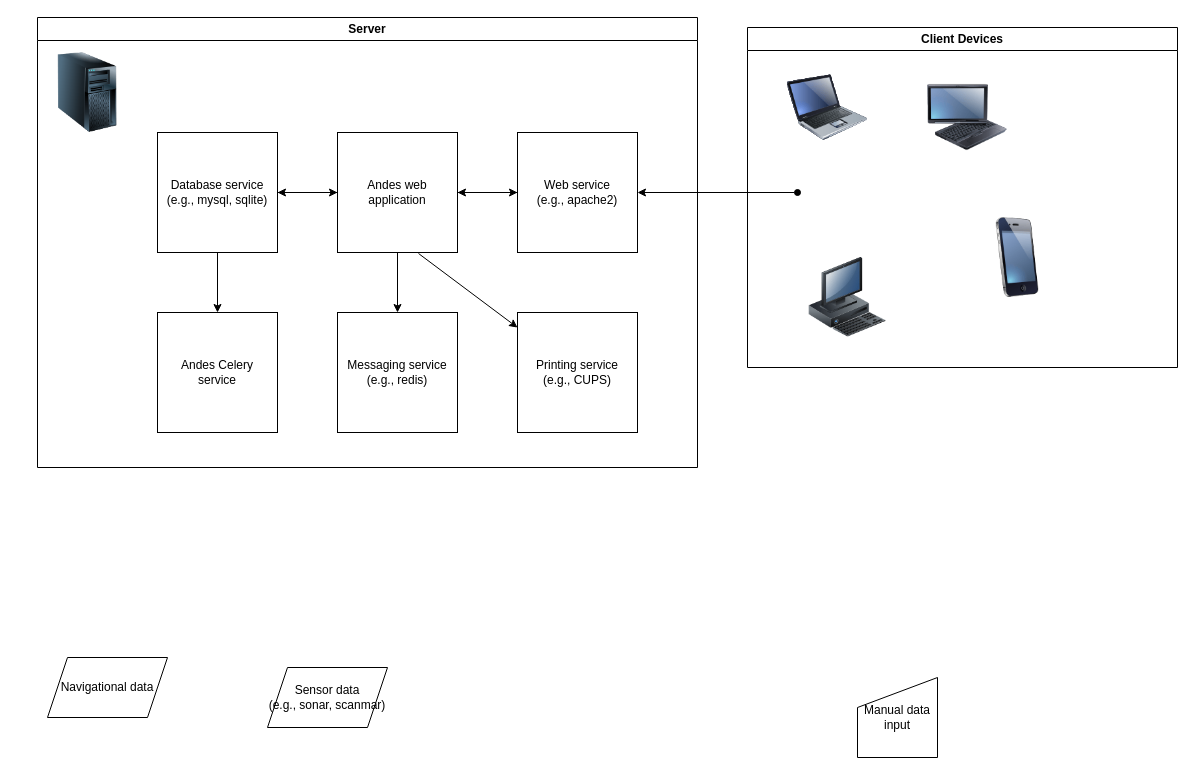
Earlier version of the draw.io diagram ANDES-TechReport-EN/figures/src/erd_architecture.drawio (dfo-gulf-science/ANDES-description-report-2023). Source tidied: cells renumbered, new cells numbered last; positions are measured from the earlier drawing's top-left corner, leaving out a move shared by most shapes. Both pictures are drawn from the tidied source at 100%, with x=0, y=0 at pixel (37, 17).
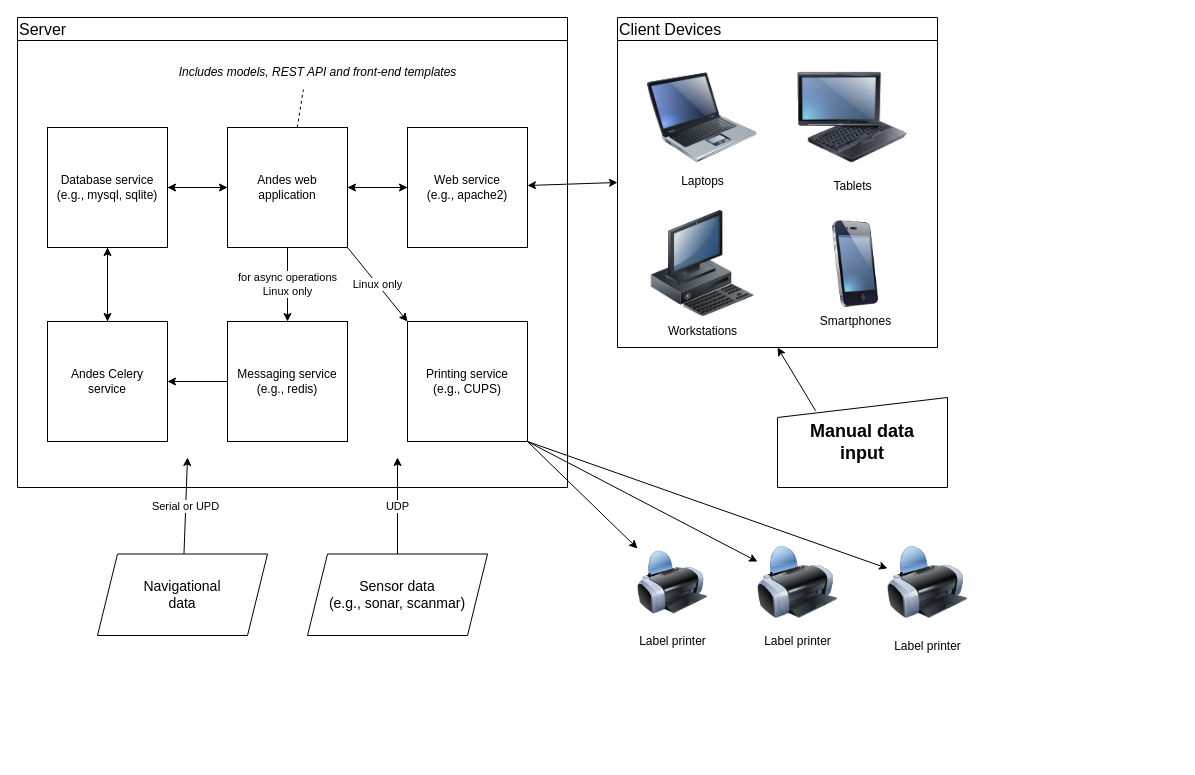
The same page after the edit.

What changed in the source:
```diff
@@
-    <mxCell id="2" value="Server" style="swimlane;whiteSpace=wrap;html=1;" parent="1" vertex="1">
-      <mxGeometry width="660" height="450" as="geometry" />
+    <mxCell id="2" value="Server" style="swimlane;whiteSpace=wrap;html=1;align=left;fontSize=16;fontStyle=0;" parent="1" vertex="1">
+      <mxGeometry x="-20" width="550" height="470" as="geometry" />
     </mxCell>
@@
     <mxCell id="5" value="Database service&lt;br&gt;(e.g., mysql, sqlite)" style="whiteSpace=wrap;html=1;" parent="2" vertex="1">
-      <mxGeometry x="120" y="115" width="120" height="120" as="geometry" />
+      <mxGeometry x="30" y="110" width="120" height="120" as="geometry" />
     </mxCell>
-    <mxCell id="6" style="rounded=0;jettySize=auto;html=1;" parent="2" edge="1" source="9" target="14">
+    <mxCell id="6" value="for async operations&lt;br&gt;Linux only" style="rounded=0;jettySize=auto;html=1;" parent="2" edge="1" source="9" target="14">
       <mxGeometry relative="1" as="geometry" />
     </mxCell>
@@
+    <mxCell id="29" style="rounded=0;jettySize=auto;html=1;dashed=1;endArrow=none;endFill=0;entryX=0.453;entryY=1.067;entryDx=0;entryDy=0;entryPerimeter=0;" parent="2" edge="1" source="9" target="32">
+      <mxGeometry relative="1" as="geometry" />
+    </mxCell>
     <mxCell id="9" value="Andes web application" style="whiteSpace=wrap;html=1;" parent="2" vertex="1">
-      <mxGeometry x="300" y="115" width="120" height="120" as="geometry" />
+      <mxGeometry x="210" y="110" width="120" height="120" as="geometry" />
     </mxCell>
@@
-    <mxCell id="11" style="rounded=0;jettySize=auto;html=1;endArrow=oval;endFill=1;startArrow=classic;startFill=1;" parent="2" edge="1" source="12">
-      <mxGeometry relative="1" as="geometry">
-        <mxPoint x="760" y="175" as="targetPoint" />
-      </mxGeometry>
-    </mxCell>
     <mxCell id="12" value="Web service&lt;br&gt;(e.g., apache2)" style="whiteSpace=wrap;html=1;" parent="2" vertex="1">
-      <mxGeometry x="480" y="115" width="120" height="120" as="geometry" />
+      <mxGeometry x="390" y="110" width="120" height="120" as="geometry" />
     </mxCell>
+    <mxCell id="30" style="edgeStyle=orthogonalEdgeStyle;rounded=0;jettySize=auto;html=1;" parent="2" edge="1" source="13" target="5">
+      <mxGeometry relative="1" as="geometry" />
+    </mxCell>
     <mxCell id="13" value="Andes Celery&lt;br&gt;service" style="whiteSpace=wrap;html=1;" parent="2" vertex="1">
-      <mxGeometry x="120" y="295" width="120" height="120" as="geometry" />
+      <mxGeometry x="30" y="304" width="120" height="120" as="geometry" />
     </mxCell>
+    <mxCell id="31" style="rounded=0;jettySize=auto;html=1;" parent="2" edge="1" source="14" target="13">
+      <mxGeometry relative="1" as="geometry" />
+    </mxCell>
     <mxCell id="14" value="Messaging service&lt;br&gt;(e.g., redis)" style="whiteSpace=wrap;html=1;" parent="2" vertex="1">
-      <mxGeometry x="300" y="295" width="120" height="120" as="geometry" />
+      <mxGeometry x="210" y="304" width="120" height="120" as="geometry" />
     </mxCell>
     <mxCell id="15" value="Printing service&lt;br&gt;(e.g., CUPS)" style="whiteSpace=wrap;html=1;" parent="2" vertex="1">
-      <mxGeometry x="480" y="295" width="120" height="120" as="geometry" />
+      <mxGeometry x="390" y="304" width="120" height="120" as="geometry" />
     </mxCell>
-    <mxCell id="16" style="image;html=1;image=img/lib/clip_art/computers/Server_Tower_128x128.png;" parent="2" vertex="1">
-      <mxGeometry x="10" y="35" width="80" height="80" as="geometry" />
-    </mxCell>
-    <mxCell id="17" style="rounded=0;jettySize=auto;html=1;exitX=0.675;exitY=1.008;exitDx=0;exitDy=0;exitPerimeter=0;" parent="2" edge="1" source="9" target="15">
+    <mxCell id="17" value="Linux only" style="rounded=0;jettySize=auto;html=1;exitX=1;exitY=1;exitDx=0;exitDy=0;entryX=0;entryY=0;entryDx=0;entryDy=0;" parent="2" edge="1" source="9" target="15">
       <mxGeometry relative="1" as="geometry" />
     </mxCell>
+    <mxCell id="32" value="Includes models, REST API and front-end templates" style="text;html=1;align=center;verticalAlign=middle;points=[];strokeColor=none;fillColor=none;fontStyle=2;" parent="2" vertex="1">
+      <mxGeometry x="150" y="40" width="300" height="30" as="geometry" />
+    </mxCell>
+    <mxCell id="33" style="rounded=0;jettySize=auto;html=1;exitX=0.224;exitY=0.147;exitDx=0;exitDy=0;exitPerimeter=0;entryX=0.5;entryY=1;entryDx=0;entryDy=0;" parent="1" edge="1" source="18" target="21">
+      <mxGeometry relative="1" as="geometry" />
+    </mxCell>
-    <mxCell id="18" value="Manual data input" style="shape=manualInput;whiteSpace=wrap;html=1;" parent="1" vertex="1">
-      <mxGeometry x="820" y="660" width="80" height="80" as="geometry" />
+    <mxCell id="18" value="&lt;font style=&quot;font-size: 18px;&quot;&gt;Manual data &lt;br&gt;input&lt;/font&gt;" style="shape=manualInput;whiteSpace=wrap;html=1;size=20;fontSize=16;fontStyle=1;" parent="1" vertex="1">
+      <mxGeometry x="740" y="380" width="170" height="90" as="geometry" />
     </mxCell>
+    <mxCell id="34" value="UDP" style="rounded=0;jettySize=auto;html=1;" parent="1" edge="1" source="19">
+      <mxGeometry relative="1" as="geometry">
+        <mxPoint x="360" y="440" as="targetPoint" />
+      </mxGeometry>
+    </mxCell>
-    <mxCell id="19" value="Sensor data&lt;br&gt;(e.g., sonar, scanmar)" style="shape=parallelogram;perimeter=parallelogramPerimeter;whiteSpace=wrap;html=1;fixedSize=1;" parent="1" vertex="1">
-      <mxGeometry x="230" y="650" width="120" height="60" as="geometry" />
+    <mxCell id="19" value="Sensor data&lt;br style=&quot;font-size: 14px;&quot;&gt;(e.g., sonar, scanmar)" style="shape=parallelogram;perimeter=parallelogramPerimeter;whiteSpace=wrap;html=1;fixedSize=1;fontSize=14;" parent="1" vertex="1">
+      <mxGeometry x="270" y="536.5" width="180" height="81.5" as="geometry" />
     </mxCell>
+    <mxCell id="35" value="Serial or UPD" style="rounded=0;jettySize=auto;html=1;" parent="1" edge="1" source="20">
+      <mxGeometry relative="1" as="geometry">
+        <mxPoint x="150" y="440" as="targetPoint" />
+      </mxGeometry>
+    </mxCell>
-    <mxCell id="20" value="Navigational data" style="shape=parallelogram;perimeter=parallelogramPerimeter;whiteSpace=wrap;html=1;fixedSize=1;" parent="1" vertex="1">
-      <mxGeometry x="10" y="640" width="120" height="60" as="geometry" />
+    <mxCell id="20" value="Navigational &lt;br style=&quot;font-size: 14px;&quot;&gt;data" style="shape=parallelogram;perimeter=parallelogramPerimeter;whiteSpace=wrap;html=1;fixedSize=1;fontSize=14;" parent="1" vertex="1">
+      <mxGeometry x="60" y="536.5" width="170" height="81.5" as="geometry" />
     </mxCell>
-    <mxCell id="21" value="Client Devices" style="swimlane;whiteSpace=wrap;html=1;" parent="1" vertex="1">
-      <mxGeometry x="710" y="10" width="430" height="340" as="geometry" />
+    <mxCell id="21" value="Client Devices" style="swimlane;whiteSpace=wrap;html=1;align=left;fontStyle=0;fontSize=16;" parent="1" vertex="1">
+      <mxGeometry x="580" width="320" height="330" as="geometry" />
     </mxCell>
-    <mxCell id="22" style="image;html=1;image=img/lib/clip_art/computers/Laptop_128x128.png;" parent="21" vertex="1">
-      <mxGeometry x="40" y="40" width="80" height="80" as="geometry" />
+    <mxCell id="22" value="Laptops" style="image;html=1;image=img/lib/clip_art/computers/Laptop_128x128.png;" parent="21" vertex="1">
+      <mxGeometry x="30" y="50" width="110" height="100" as="geometry" />
     </mxCell>
-    <mxCell id="23" style="image;html=1;image=img/lib/clip_art/computers/Fujitsu_Tablet_128x128.png;" parent="21" vertex="1">
-      <mxGeometry x="180" y="50" width="80" height="80" as="geometry" />
+    <mxCell id="23" value="Tablets" style="image;html=1;image=img/lib/clip_art/computers/Fujitsu_Tablet_128x128.png;" parent="21" vertex="1">
+      <mxGeometry x="180" y="45" width="110" height="110" as="geometry" />
     </mxCell>
-    <mxCell id="24" style="image;html=1;image=img/lib/clip_art/telecommunication/iPhone_128x128.png;" parent="21" vertex="1">
-      <mxGeometry x="230" y="190" width="80" height="80" as="geometry" />
+    <mxCell id="24" value="Smartphones" style="image;html=1;image=img/lib/clip_art/telecommunication/iPhone_128x128.png;" parent="21" vertex="1">
+      <mxGeometry x="188" y="203" width="100" height="87" as="geometry" />
     </mxCell>
-    <mxCell id="25" style="image;html=1;image=img/lib/clip_art/computers/Workstation_128x128.png;" parent="21" vertex="1">
-      <mxGeometry x="60" y="230" width="80" height="80" as="geometry" />
+    <mxCell id="25" value="Workstations" style="image;html=1;image=img/lib/clip_art/computers/Workstation_128x128.png;" parent="21" vertex="1">
+      <mxGeometry x="30" y="193" width="110" height="107" as="geometry" />
     </mxCell>
-    <mxCell id="26" style="image;html=1;image=img/lib/clip_art/computers/Laptop_128x128.png;" parent="21" vertex="1">
-      <mxGeometry x="40" y="40" width="80" height="80" as="geometry" />
-    </mxCell>
-    <mxCell id="27" style="image;html=1;image=img/lib/clip_art/computers/Laptop_128x128.png;" parent="21" vertex="1">
-      <mxGeometry x="40" y="40" width="80" height="80" as="geometry" />
-    </mxCell>
-    <mxCell id="28" style="image;html=1;image=img/lib/clip_art/computers/Laptop_128x128.png;" parent="21" vertex="1">
-      <mxGeometry x="40" y="40" width="80" height="80" as="geometry" />
-    </mxCell>
+    <mxCell id="36" value="Label printer" style="image;html=1;image=img/lib/clip_art/computers/Printer_128x128.png;" parent="1" vertex="1">
+      <mxGeometry x="600" y="520" width="70" height="90" as="geometry" />
+    </mxCell>
+    <mxCell id="11" style="rounded=0;jettySize=auto;html=1;startArrow=classic;startFill=1;entryX=0;entryY=0.5;entryDx=0;entryDy=0;" parent="1" edge="1" source="12" target="21">
+      <mxGeometry relative="1" as="geometry" />
+    </mxCell>
+    <mxCell id="37" style="rounded=0;jettySize=auto;html=1;exitX=1;exitY=1;exitDx=0;exitDy=0;" parent="1" edge="1" source="15" target="36">
+      <mxGeometry x="0.19" y="1" relative="1" as="geometry" />
+    </mxCell>
+    <mxCell id="38" value="Label printer" style="image;html=1;image=img/lib/clip_art/computers/Printer_128x128.png;" parent="1" vertex="1">
+      <mxGeometry x="720" y="520" width="80" height="90" as="geometry" />
+    </mxCell>
+    <mxCell id="39" value="Label printer" style="image;html=1;image=img/lib/clip_art/computers/Printer_128x128.png;" parent="1" vertex="1">
+      <mxGeometry x="850" y="515" width="80" height="100" as="geometry" />
+    </mxCell>
+    <mxCell id="40" style="rounded=0;jettySize=auto;html=1;exitX=1;exitY=1;exitDx=0;exitDy=0;" parent="1" edge="1" source="15" target="38">
+      <mxGeometry x="0.19" y="1" relative="1" as="geometry" />
+    </mxCell>
+    <mxCell id="41" style="rounded=0;jettySize=auto;html=1;exitX=1;exitY=1;exitDx=0;exitDy=0;" parent="1" edge="1" source="15" target="39">
+      <mxGeometry x="0.19" y="1" relative="1" as="geometry" />
+    </mxCell>
```
